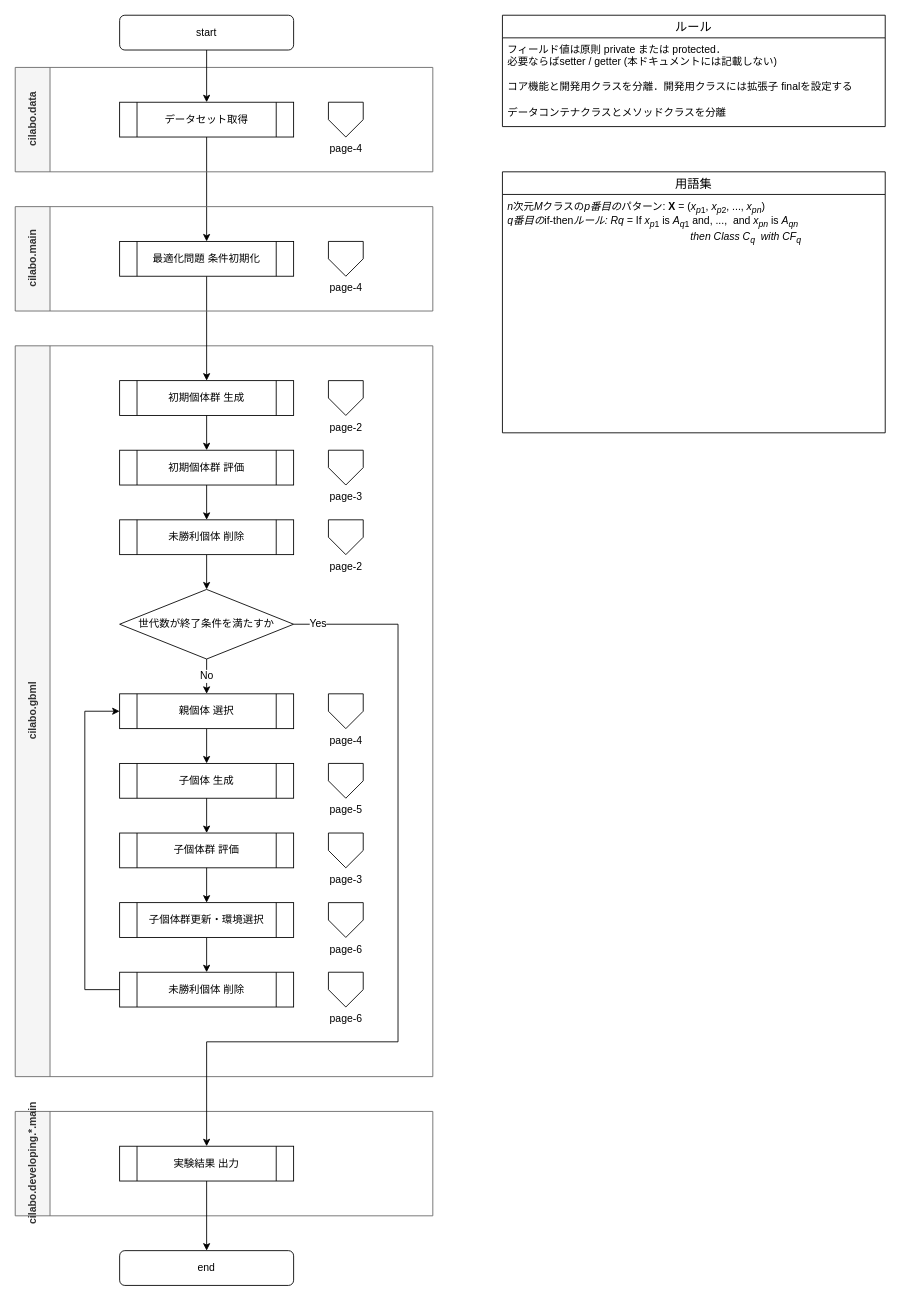
hiro-tacky/MoFGBML_roma keeps this draw.io diagram as page "Page-1" (1 of 7) of MoFGBML.drawio. Above is the earlier version. Source tidied: cells renumbered, new cells numbered last; positions are measured from the earlier drawing's top-left corner, leaving out a move shared by most shapes. Both pictures are drawn from the tidied source at 87%, with x=0, y=0 at pixel (15, 15).
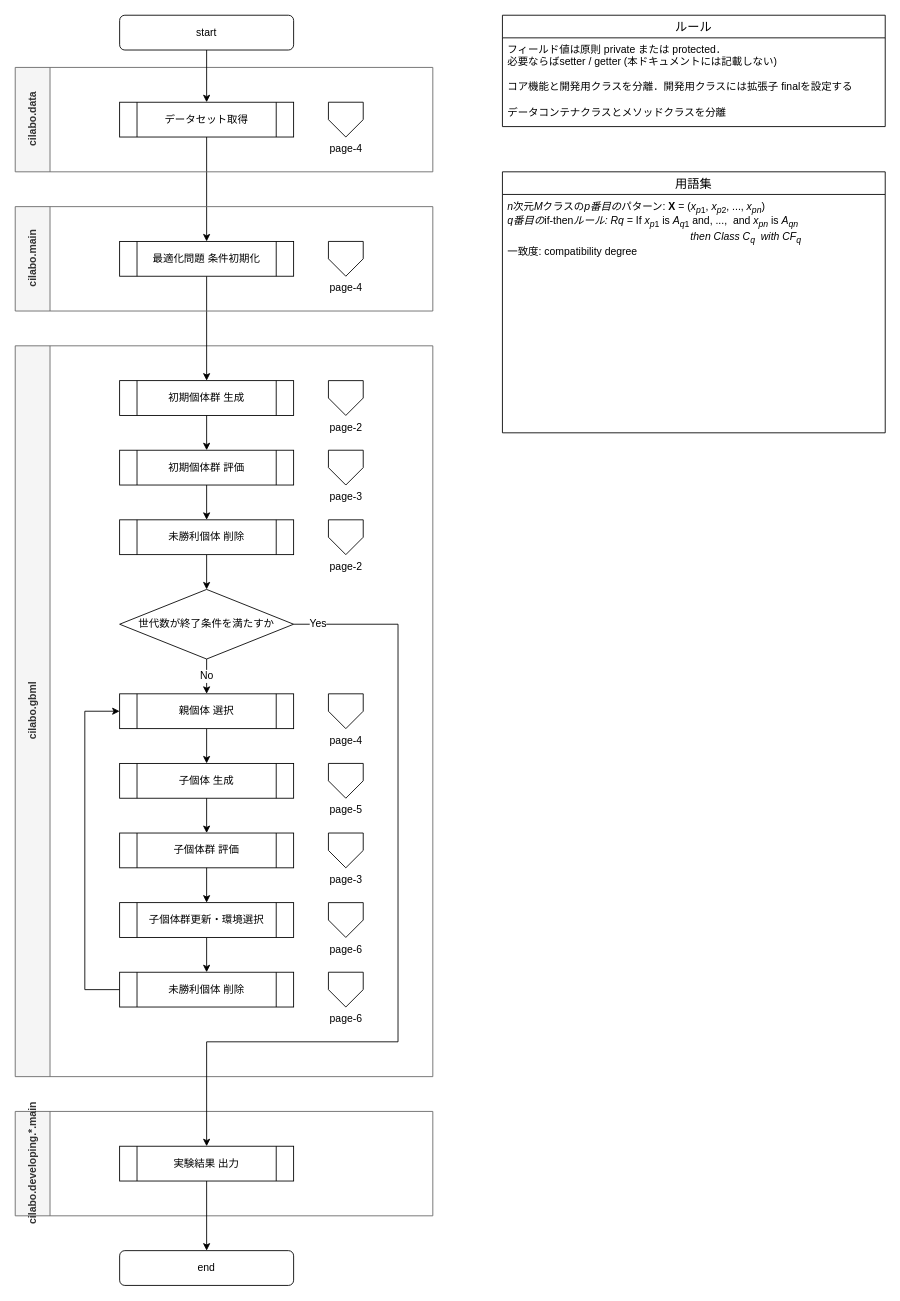
After the change.

The change refers to these unchanged cells:
```xml
<mxCell id="48" value="用語集" style="swimlane;fontStyle=0;horizontal=1;startSize=26;align=center;fontSize=14;" parent="1" vertex="1">
  <mxGeometry x="560" y="180" width="440" height="300" as="geometry" />
</mxCell>
```

What changed in the source:
```diff
@@
-    <mxCell id="49" value="&lt;i&gt;n&lt;/i&gt;次元&lt;i style=&quot;&quot;&gt;M&lt;/i&gt;クラスの&lt;i&gt;p番目の&lt;/i&gt;パターン:&amp;nbsp;&lt;b&gt;X &lt;/b&gt;= (&lt;i&gt;x&lt;/i&gt;&lt;sub&gt;&lt;i&gt;p&lt;/i&gt;1&lt;/sub&gt;, &lt;i&gt;x&lt;/i&gt;&lt;sub&gt;&lt;i&gt;p&lt;/i&gt;2&lt;/sub&gt;, ..., &lt;i&gt;x&lt;sub&gt;pn&lt;/sub&gt;&lt;/i&gt;)&lt;br&gt;&lt;i&gt;q番目の&lt;/i&gt;if-then&lt;i&gt;ルール: Rq =&amp;nbsp;&lt;/i&gt;If &lt;i&gt;x&lt;/i&gt;&lt;sub&gt;&lt;i&gt;p&lt;/i&gt;1&lt;/sub&gt; is &lt;i&gt;A&lt;sub&gt;q&lt;/sub&gt;&lt;/i&gt;&lt;sub&gt;1&lt;/sub&gt; and, ...,&amp;nbsp; and &lt;i&gt;x&lt;sub&gt;pn&lt;/sub&gt;&lt;/i&gt; is &lt;i&gt;A&lt;sub&gt;qn&lt;/sub&gt;&amp;nbsp;&lt;br&gt;&lt;div style=&quot;text-align: right;&quot;&gt;&lt;span style=&quot;background-color: initial;&quot;&gt;then Class &lt;/span&gt;&lt;i style=&quot;background-color: initial;&quot;&gt;C&lt;sub&gt;q&lt;/sub&gt;&lt;/i&gt;&lt;span style=&quot;background-color: initial;&quot;&gt;&amp;nbsp; with &lt;/span&gt;&lt;i style=&quot;background-color: initial;&quot;&gt;CF&lt;sub&gt;q&lt;/sub&gt;&lt;/i&gt;&lt;/div&gt;&lt;/i&gt;&lt;i&gt;&lt;br&gt;&lt;/i&gt;" style="text;strokeColor=none;fillColor=none;spacingLeft=4;spacingRight=4;overflow=hidden;fontSize=12;whiteSpace=wrap;html=1;" parent="48" vertex="1">
+    <mxCell id="49" value="&lt;i&gt;n&lt;/i&gt;次元&lt;i style=&quot;&quot;&gt;M&lt;/i&gt;クラスの&lt;i&gt;p番目の&lt;/i&gt;パターン:&amp;nbsp;&lt;b&gt;X &lt;/b&gt;= (&lt;i&gt;x&lt;/i&gt;&lt;sub&gt;&lt;i&gt;p&lt;/i&gt;1&lt;/sub&gt;, &lt;i&gt;x&lt;/i&gt;&lt;sub&gt;&lt;i&gt;p&lt;/i&gt;2&lt;/sub&gt;, ..., &lt;i&gt;x&lt;sub&gt;pn&lt;/sub&gt;&lt;/i&gt;)&lt;br&gt;&lt;i&gt;q番目の&lt;/i&gt;if-then&lt;i&gt;ルール: Rq =&amp;nbsp;&lt;/i&gt;If &lt;i&gt;x&lt;/i&gt;&lt;sub&gt;&lt;i&gt;p&lt;/i&gt;1&lt;/sub&gt; is &lt;i&gt;A&lt;sub&gt;q&lt;/sub&gt;&lt;/i&gt;&lt;sub&gt;1&lt;/sub&gt; and, ...,&amp;nbsp; and &lt;i&gt;x&lt;sub&gt;pn&lt;/sub&gt;&lt;/i&gt; is &lt;i&gt;A&lt;sub&gt;qn&lt;/sub&gt;&amp;nbsp;&lt;br&gt;&lt;div style=&quot;text-align: right;&quot;&gt;&lt;span style=&quot;background-color: initial;&quot;&gt;then Class &lt;/span&gt;&lt;i style=&quot;background-color: initial;&quot;&gt;C&lt;sub&gt;q&lt;/sub&gt;&lt;/i&gt;&lt;span style=&quot;background-color: initial;&quot;&gt;&amp;nbsp; with &lt;/span&gt;&lt;i style=&quot;background-color: initial;&quot;&gt;CF&lt;sub&gt;q&lt;/sub&gt;&lt;/i&gt;&lt;/div&gt;&lt;/i&gt;一致度: compatibility degree&lt;i&gt;&lt;br&gt;&lt;/i&gt;" style="text;strokeColor=none;fillColor=none;spacingLeft=4;spacingRight=4;overflow=hidden;fontSize=12;whiteSpace=wrap;html=1;" parent="48" vertex="1">
       <mxGeometry y="26" width="440" height="274" as="geometry" />
     </mxCell>
```
